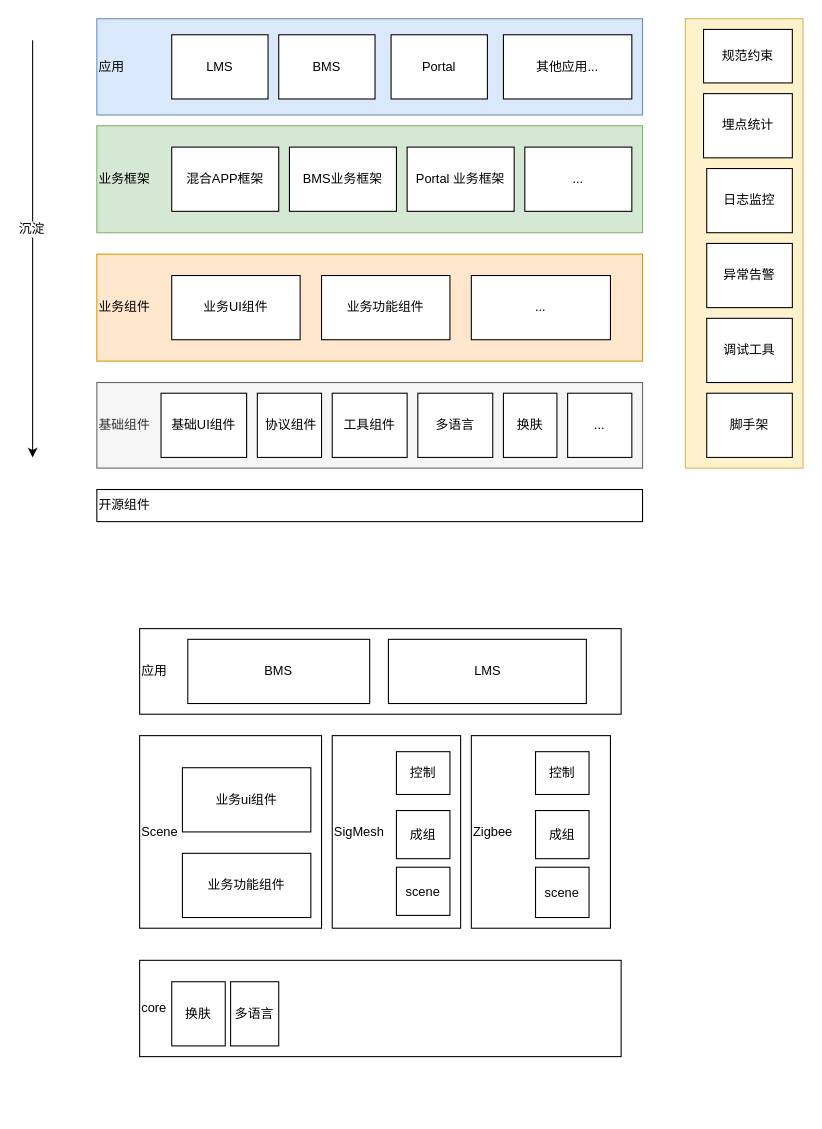
zechau/demos keeps this draw.io diagram as Untitled Diagram.drawio. Above is the earlier version. Source tidied: cells renumbered, new cells numbered last; positions are measured from the earlier drawing's top-left corner, leaving out a move shared by most shapes. Both pictures are drawn from the tidied source at 107%, with x=0, y=0 at pixel (32, 18).
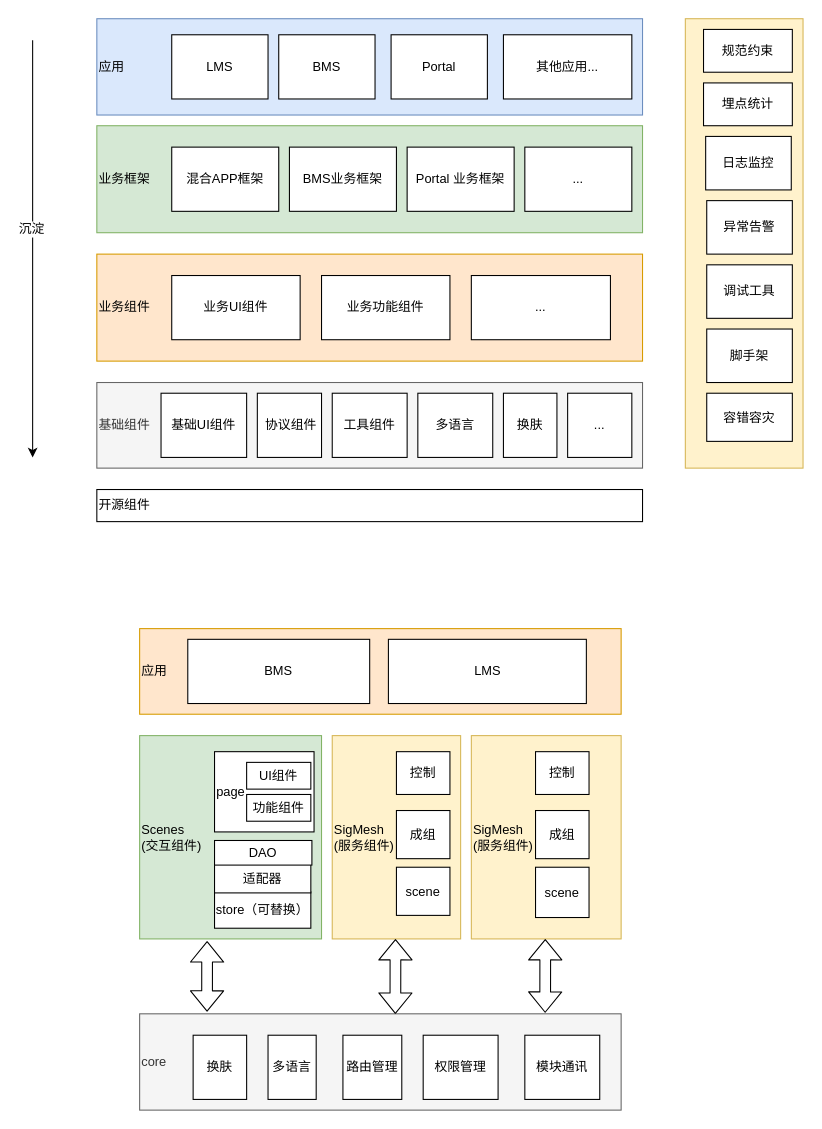
After the change.

What changed in the source:
```diff
@@
     <mxCell id="24" value="埋点统计" style="rounded=0;whiteSpace=wrap;html=1;" parent="1" vertex="1">
-      <mxGeometry x="627" y="70" width="83" height="60" as="geometry" />
+      <mxGeometry x="627" y="60" width="83" height="40" as="geometry" />
     </mxCell>
     <mxCell id="25" value="日志监控" style="rounded=0;whiteSpace=wrap;html=1;" parent="1" vertex="1">
-      <mxGeometry x="630" y="140" width="80" height="60" as="geometry" />
+      <mxGeometry x="629" y="110" width="80" height="50" as="geometry" />
     </mxCell>
     <mxCell id="26" value="异常告警" style="rounded=0;whiteSpace=wrap;html=1;" parent="1" vertex="1">
-      <mxGeometry x="630" y="210" width="80" height="60" as="geometry" />
+      <mxGeometry x="630" y="170" width="80" height="50" as="geometry" />
     </mxCell>
     <mxCell id="27" value="调试工具" style="rounded=0;whiteSpace=wrap;html=1;" parent="1" vertex="1">
-      <mxGeometry x="630" y="280" width="80" height="60" as="geometry" />
+      <mxGeometry x="630" y="230" width="80" height="50" as="geometry" />
     </mxCell>
     <mxCell id="28" value="脚手架" style="rounded=0;whiteSpace=wrap;html=1;" parent="1" vertex="1">
-      <mxGeometry x="630" y="350" width="80" height="60" as="geometry" />
+      <mxGeometry x="630" y="290" width="80" height="50" as="geometry" />
     </mxCell>
@@
     <mxCell id="32" value="规范约束" style="rounded=0;whiteSpace=wrap;html=1;" parent="1" vertex="1">
-      <mxGeometry x="627" y="10" width="83" height="50" as="geometry" />
+      <mxGeometry x="627" y="10" width="83" height="40" as="geometry" />
     </mxCell>
-    <mxCell id="33" value="Scene" style="rounded=0;whiteSpace=wrap;html=1;align=left;" parent="1" vertex="1">
-      <mxGeometry x="100" y="670" width="170" height="180" as="geometry" />
+    <mxCell id="33" value="Scenes&lt;br&gt;(交互组件)" style="rounded=0;whiteSpace=wrap;html=1;align=left;fillColor=#d5e8d4;strokeColor=#82b366;" parent="1" vertex="1">
+      <mxGeometry x="100" y="670" width="170" height="190" as="geometry" />
     </mxCell>
-    <mxCell id="34" value="业务ui组件" style="rounded=0;whiteSpace=wrap;html=1;" parent="1" vertex="1">
-      <mxGeometry x="140" y="700" width="120" height="60" as="geometry" />
+    <mxCell id="34" value="page" style="rounded=0;whiteSpace=wrap;html=1;align=left;" parent="1" vertex="1">
+      <mxGeometry x="170" y="685" width="93" height="75" as="geometry" />
     </mxCell>
-    <mxCell id="35" value="业务功能组件" style="rounded=0;whiteSpace=wrap;html=1;" parent="1" vertex="1">
-      <mxGeometry x="140" y="780" width="120" height="60" as="geometry" />
-    </mxCell>
-    <mxCell id="36" value="core" style="rounded=0;whiteSpace=wrap;html=1;shadow=0;align=left;" parent="1" vertex="1">
-      <mxGeometry x="100" y="880" width="450" height="90" as="geometry" />
+    <mxCell id="36" value="core" style="rounded=0;whiteSpace=wrap;html=1;shadow=0;align=left;fillColor=#f5f5f5;strokeColor=#666666;fontColor=#333333;" parent="1" vertex="1">
+      <mxGeometry x="100" y="930" width="450" height="90" as="geometry" />
     </mxCell>
-    <mxCell id="37" value="SigMesh" style="rounded=0;whiteSpace=wrap;html=1;align=left;" parent="1" vertex="1">
-      <mxGeometry x="280" y="670" width="120" height="180" as="geometry" />
+    <mxCell id="37" value="SigMesh&lt;br&gt;(服务组件)" style="rounded=0;whiteSpace=wrap;html=1;align=left;fillColor=#fff2cc;strokeColor=#d6b656;" parent="1" vertex="1">
+      <mxGeometry x="280" y="670" width="120" height="190" as="geometry" />
     </mxCell>
@@
-    <mxCell id="41" value="应用" style="rounded=0;whiteSpace=wrap;html=1;shadow=0;glass=0;comic=0;align=left;" parent="1" vertex="1">
+    <mxCell id="41" value="应用" style="rounded=0;whiteSpace=wrap;html=1;shadow=0;glass=0;comic=0;align=left;fillColor=#ffe6cc;strokeColor=#d79b00;" parent="1" vertex="1">
       <mxGeometry x="100" y="570" width="450" height="80" as="geometry" />
     </mxCell>
@@
     <mxCell id="44" value="换肤" style="rounded=0;whiteSpace=wrap;html=1;shadow=0;glass=0;comic=0;" parent="1" vertex="1">
-      <mxGeometry x="130" y="900" width="50" height="60" as="geometry" />
+      <mxGeometry x="150" y="950" width="50" height="60" as="geometry" />
     </mxCell>
     <mxCell id="45" value="多语言" style="rounded=0;whiteSpace=wrap;html=1;shadow=0;glass=0;comic=0;" parent="1" vertex="1">
-      <mxGeometry x="185" y="900" width="45" height="60" as="geometry" />
+      <mxGeometry x="220" y="950" width="45" height="60" as="geometry" />
     </mxCell>
-    <mxCell id="46" value="Zigbee" style="rounded=0;whiteSpace=wrap;html=1;align=left;" parent="1" vertex="1">
-      <mxGeometry x="410" y="670" width="130" height="180" as="geometry" />
+    <mxCell id="46" value="SigMesh&lt;br&gt;(服务组件)" style="rounded=0;whiteSpace=wrap;html=1;align=left;fillColor=#fff2cc;strokeColor=#d6b656;" parent="1" vertex="1">
+      <mxGeometry x="410" y="670" width="140" height="190" as="geometry" />
     </mxCell>
@@
+    <mxCell id="50" value="容错容灾" style="rounded=0;whiteSpace=wrap;html=1;" parent="1" vertex="1">
+      <mxGeometry x="630" y="350" width="80" height="45" as="geometry" />
+    </mxCell>
+    <mxCell id="51" value="路由管理" style="rounded=0;whiteSpace=wrap;html=1;shadow=0;glass=0;comic=0;" parent="1" vertex="1">
+      <mxGeometry x="290" y="950" width="55" height="60" as="geometry" />
+    </mxCell>
+    <mxCell id="52" value="权限管理" style="rounded=0;whiteSpace=wrap;html=1;" parent="1" vertex="1">
+      <mxGeometry x="365" y="950" width="70" height="60" as="geometry" />
+    </mxCell>
+    <mxCell id="53" value="模块通讯" style="rounded=0;whiteSpace=wrap;html=1;" parent="1" vertex="1">
+      <mxGeometry x="460" y="950" width="70" height="60" as="geometry" />
+    </mxCell>
+    <mxCell id="54" value="store（可替换）" style="rounded=0;whiteSpace=wrap;html=1;" parent="1" vertex="1">
+      <mxGeometry x="170" y="816" width="90" height="34" as="geometry" />
+    </mxCell>
+    <mxCell id="55" value="适配器" style="rounded=0;whiteSpace=wrap;html=1;" parent="1" vertex="1">
+      <mxGeometry x="170" y="790" width="90" height="27" as="geometry" />
+    </mxCell>
+    <mxCell id="56" value="DAO" style="rounded=0;whiteSpace=wrap;html=1;" parent="1" vertex="1">
+      <mxGeometry x="170" y="768" width="91" height="23" as="geometry" />
+    </mxCell>
+    <mxCell id="57" value="UI组件" style="rounded=0;whiteSpace=wrap;html=1;" parent="1" vertex="1">
+      <mxGeometry x="200" y="695" width="60" height="25" as="geometry" />
+    </mxCell>
+    <mxCell id="58" value="功能组件" style="rounded=0;whiteSpace=wrap;html=1;" parent="1" vertex="1">
+      <mxGeometry x="200" y="725" width="60" height="25" as="geometry" />
+    </mxCell>
+    <mxCell id="59" style="shape=flexArrow;endArrow=classic;startArrow=classic;html=1;entryX=0.371;entryY=1.011;entryDx=0;entryDy=0;entryPerimeter=0;exitX=0.14;exitY=-0.022;exitDx=0;exitDy=0;exitPerimeter=0;" parent="1" edge="1" source="36" target="33">
+      <mxGeometry relative="1" as="geometry" />
+    </mxCell>
+    <mxCell id="60" style="shape=flexArrow;endArrow=classic;startArrow=classic;html=1;entryX=0.371;entryY=1.011;entryDx=0;entryDy=0;entryPerimeter=0;" parent="1" edge="1">
+      <mxGeometry relative="1" as="geometry">
+        <mxPoint x="339" y="930" as="sourcePoint" />
+        <mxPoint x="339.1" y="860.1" as="targetPoint" />
+      </mxGeometry>
+    </mxCell>
+    <mxCell id="61" style="shape=flexArrow;endArrow=classic;startArrow=classic;html=1;entryX=0.371;entryY=1.011;entryDx=0;entryDy=0;entryPerimeter=0;" parent="1" edge="1">
+      <mxGeometry relative="1" as="geometry">
+        <mxPoint x="479" y="929" as="sourcePoint" />
+        <mxPoint x="479.1" y="860.1" as="targetPoint" />
+      </mxGeometry>
+    </mxCell>
```
